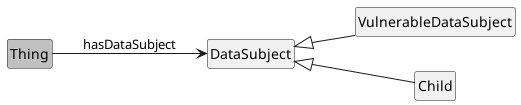
This is media/overview_DataSubject.png from jeswr/dpv, a PlantUML export, as it was before one commit.
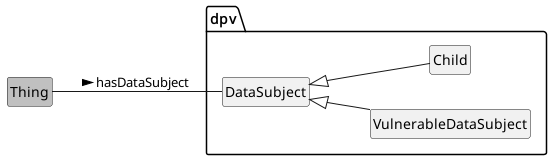
Above is the later version.

Diff of the diagram source:
```diff
@@ -3,11 +3,12 @@
 left to right direction
 
 class Thing #silver
-class VulnerableDataSubject
-class DataSubject
-class Child
-
-Thing --> DataSubject: hasDataSubject
+package dpv {
+	class VulnerableDataSubject
+	class DataSubject
+	class Child
+}
+Thing -- DataSubject: hasDataSubject >
 DataSubject <|-- Child
 DataSubject <|-- VulnerableDataSubject
 
```
